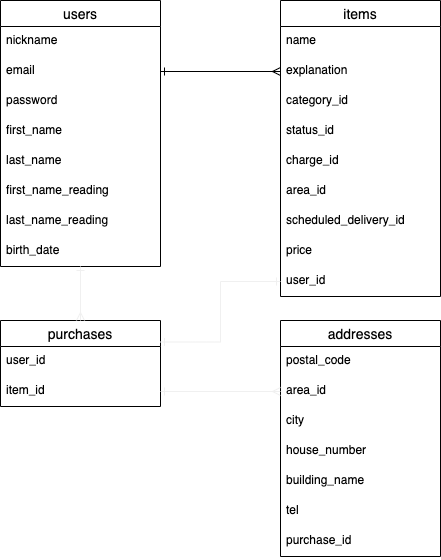
Above: config/furima35541.drawio.png in ma-sensei-web/furima-35541 (draw.io), before the change. Source tidied: cells renumbered, new cells last; positions are measured from the earlier drawing's top-left corner, leaving out a move shared by most shapes.
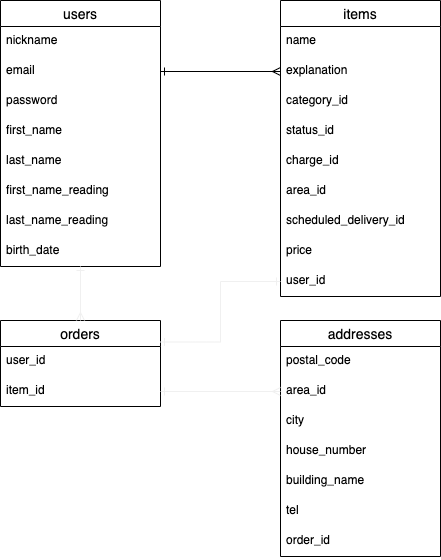
The same diagram one commit later.

Diff of the diagram source:
```diff
@@ -59,7 +59,7 @@
     <mxCell id="20" value="user_id" style="text;strokeColor=none;fillColor=none;spacingLeft=4;spacingRight=4;overflow=hidden;points=[[0,0.5],[1,0.5]];portConstraint=eastwest;fontSize=12;" parent="11" vertex="1">
       <mxGeometry y="266" width="160" height="30" as="geometry" />
     </mxCell>
-    <mxCell id="21" value="purchases" style="swimlane;fontStyle=0;horizontal=1;startSize=26;align=center;fontSize=14;shadow=0;" parent="1" vertex="1">
+    <mxCell id="21" value="orders" style="swimlane;fontStyle=0;horizontal=1;startSize=26;align=center;fontSize=14;shadow=0;" parent="1" vertex="1">
       <mxGeometry y="320" width="160" height="86" as="geometry" />
     </mxCell>
     <mxCell id="22" value="user_id" style="text;strokeColor=none;fillColor=none;spacingLeft=4;spacingRight=4;overflow=hidden;fontSize=12;" parent="21" vertex="1">
@@ -89,7 +89,7 @@
     <mxCell id="30" value="tel" style="text;strokeColor=none;fillColor=none;spacingLeft=4;spacingRight=4;overflow=hidden;fontSize=12;" parent="24" vertex="1">
       <mxGeometry y="176" width="160" height="30" as="geometry" />
     </mxCell>
-    <mxCell id="31" value="purchase_id" style="text;strokeColor=none;fillColor=none;spacingLeft=4;spacingRight=4;overflow=hidden;fontSize=12;" parent="24" vertex="1">
+    <mxCell id="31" value="order_id" style="text;strokeColor=none;fillColor=none;spacingLeft=4;spacingRight=4;overflow=hidden;fontSize=12;" parent="24" vertex="1">
       <mxGeometry y="206" width="160" height="30" as="geometry" />
     </mxCell>
     <mxCell id="32" style="edgeStyle=orthogonalEdgeStyle;rounded=0;jettySize=auto;html=1;exitX=1;exitY=0.5;exitDx=0;exitDy=0;entryX=0;entryY=0.5;entryDx=0;entryDy=0;endArrow=ERmany;endFill=0;startArrow=ERone;startFill=0;" parent="1" edge="1" source="4" target="13">
```
